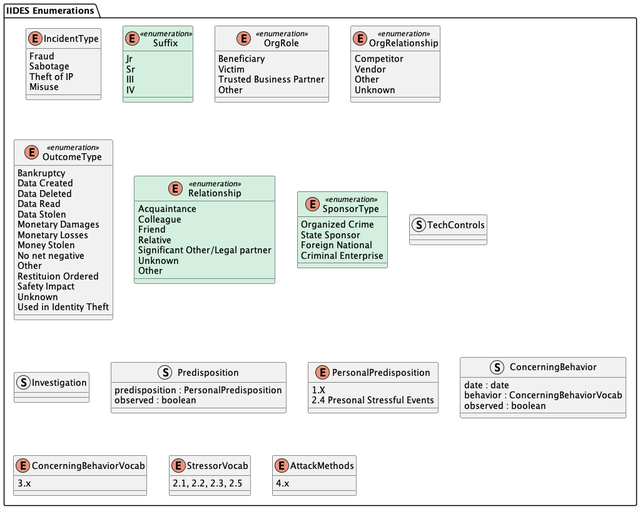
Earlier version of the PlantUML export UML/out/IIDES_Enumerations.png (cmu-sei/iides).
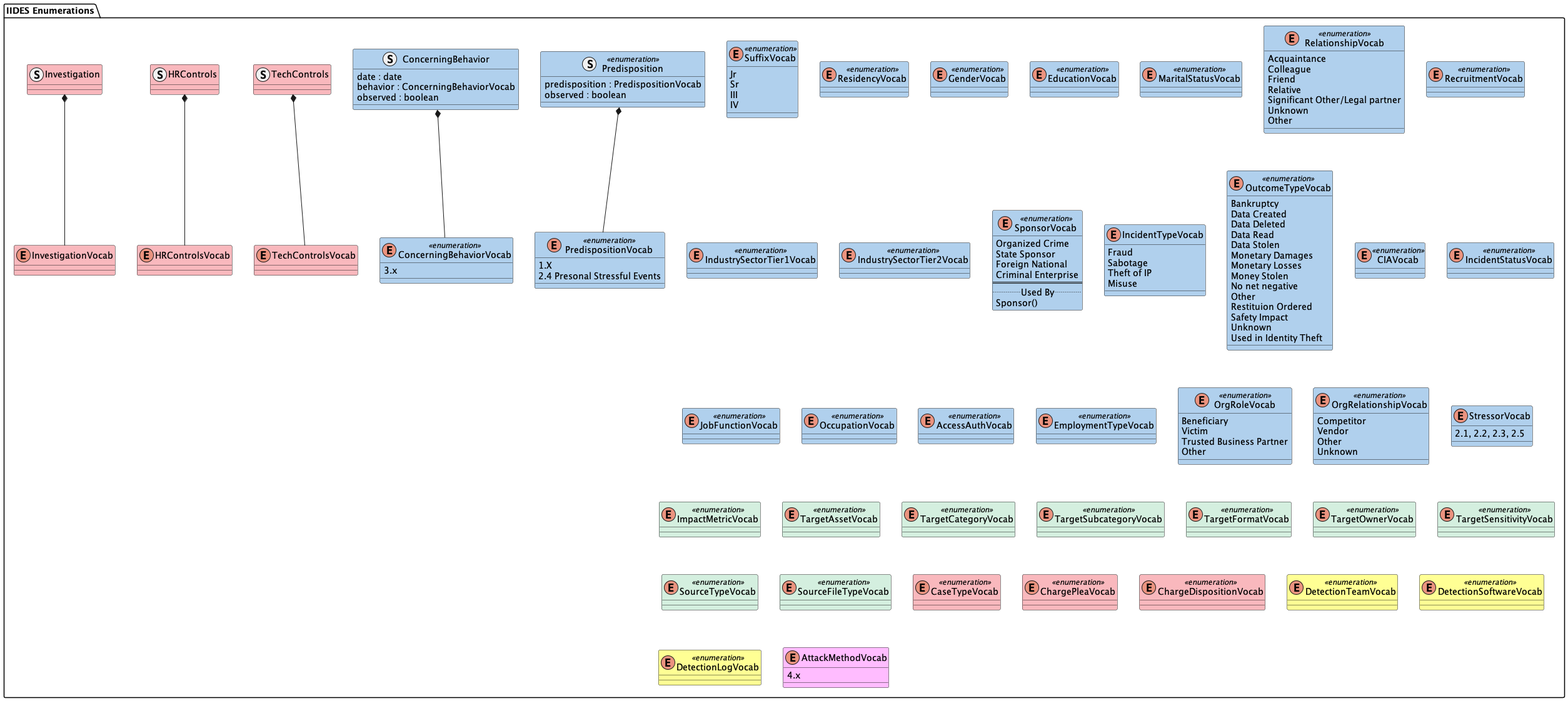
The same file after the commit.

What changed in the source:
```diff
@@ -1,31 +1,62 @@
 @startuml IIDES_Enumerations
 package "IIDES Enumerations" #FFF {
 
-    enum IncidentType {
+    enum SuffixVocab <<enumeration>> #b0d0ed {
+        Jr
+        Sr
+        III
+        IV
+    }
+    enum ResidencyVocab <<enumeration>> #b0d0ed {}
+    enum GenderVocab <<enumeration>> #b0d0ed {}
+    enum EducationVocab <<enumeration>> #b0d0ed {}
+    enum MaritalStatusVocab <<enumeration>> #b0d0ed {}
+    struct Predisposition <<enumeration>> #b0d0ed {
+        predisposition : PredispositionVocab
+        observed : boolean
+    }
+    enum PredispositionVocab <<enumeration>> #b0d0ed {
+        1.X
+        2.4 Presonal Stressful Events
+    }
+    Predisposition *-- PredispositionVocab
+    struct ConcerningBehavior #b0d0ed {
+        date : date
+        behavior : ConcerningBehaviorVocab
+        observed : boolean
+    }
+    enum ConcerningBehaviorVocab <<enumeration>> #b0d0ed {
+        3.x
+    }
+    ConcerningBehavior *-- ConcerningBehaviorVocab
+    enum RelationshipVocab <<enumeration>> #b0d0ed {
+        Acquaintance
+        Colleague
+        Friend
+        Relative
+        Significant Other/Legal partner
+        Unknown
+        Other
+    }
+    enum RecruitmentVocab <<enumeration>> #b0d0ed {}
+    enum IndustrySectorTier1Vocab <<enumeration>> #b0d0ed {}
+    enum IndustrySectorTier2Vocab <<enumeration>> #b0d0ed {}
+    enum SponsorVocab <<enumeration>> #b0d0ed {
+        Organized Crime
+        State Sponsor
+        Foreign National
+        Criminal Enterprise
+        ==
+        ..Used By..
+        Sponsor()
+    }
+    enum IncidentTypeVocab #b0d0ed {
         Fraud
         Sabotage
         Theft of IP
         Misuse
     }
-    enum Suffix <<enumeration>> #D4EFDF {
-        Jr
-        Sr
-        III
-        IV
-    }
-    enum OrgRole <<enumeration>> {
-        Beneficiary
-        Victim
-        Trusted Business Partner
-        Other
-    }
-    enum OrgRelationship <<enumeration>> {
-        Competitor
-        Vendor
-        Other
-        Unknown
-    }
-    enum OutcomeType <<enumeration>> {
+    enum OutcomeTypeVocab <<enumeration>> #b0d0ed {
         Bankruptcy
         Data Created
         Data Deleted
@@ -41,44 +72,57 @@
         Unknown
         Used in Identity Theft
     }
-    enum Relationship <<enumeration>> #D4EFDF {
-        Acquaintance
-        Colleague
-        Friend
-        Relative
-        Significant Other/Legal partner
-        Unknown
+    enum CIAVocab <<enumeration>> #b0d0ed {}
+    enum IncidentStatusVocab <<enumeration>> #b0d0ed {}
+    enum JobFunctionVocab <<enumeration>> #b0d0ed {}
+    enum OccupationVocab <<enumeration>> #b0d0ed {}
+    enum AccessAuthVocab <<enumeration>> #b0d0ed {}
+    enum EmploymentTypeVocab <<enumeration>> #b0d0ed {}
+    enum OrgRoleVocab <<enumeration>> #b0d0ed {
+        Beneficiary
+        Victim
+        Trusted Business Partner
         Other
     }
-    enum SponsorType <<enumeration>> #D4EFDF {
-        Organized Crime
-        State Sponsor
-        Foreign National
-        Criminal Enterprise
+    enum OrgRelationshipVocab <<enumeration>> #b0d0ed {
+        Competitor
+        Vendor
+        Other
+        Unknown
+    }
+    enum StressorVocab #b0d0ed {
+        2.1, 2.2, 2.3, 2.5
     }
 
-    struct TechControls {}
-    struct Investigation {}
-    struct Predisposition {
-        predisposition : PersonalPredisposition
-        observed : boolean
-    }
-    enum PersonalPredisposition {
-        1.X
-        2.4 Presonal Stressful Events
-    }
-    struct ConcerningBehavior {
-        date : date
-        behavior : ConcerningBehaviorVocab
-        observed : boolean
-    }
-    enum ConcerningBehaviorVocab {
-        3.x
-    }
-    enum StressorVocab {
-        2.1, 2.2, 2.3, 2.5
-    }
-    enum AttackMethods {
+    enum ImpactMetricVocab <<enumeration>> #D4EFDF {}
+    enum TargetAssetVocab <<enumeration>> #D4EFDF {}
+    enum TargetCategoryVocab <<enumeration>> #D4EFDF {}
+    enum TargetSubcategoryVocab <<enumeration>> #D4EFDF {}
+    enum TargetFormatVocab <<enumeration>> #D4EFDF {}
+    enum TargetOwnerVocab <<enumeration>> #D4EFDF {}
+    enum TargetSensitivityVocab <<enumeration>> #D4EFDF {}
+    enum SourceTypeVocab <<enumeration>> #D4EFDF {}
+    enum SourceFileTypeVocab <<enumeration>> #D4EFDF {}
+
+    enum CaseTypeVocab <<enumeration>> #f9b8bd {}
+    enum ChargePleaVocab <<enumeration>> #f9b8bd {}
+    enum ChargeDispositionVocab <<enumeration>> #f9b8bd {}
+
+    enum DetectionTeamVocab <<enumeration>> #FFFF94 {}
+    enum DetectionSoftwareVocab <<enumeration>> #FFFF94 {}
+    enum DetectionLogVocab <<enumeration>> #FFFF94 {}
+
+    struct TechControls #f9b8bd {}
+    enum TechControlsVocab #f9b8bd {}
+    TechControls *-- TechControlsVocab
+    struct HRControls #f9b8bd {}
+    enum HRControlsVocab #f9b8bd {}
+    HRControls *-- HRControlsVocab
+    struct Investigation #f9b8bd {}
+    enum InvestigationVocab #f9b8bd {}
+    Investigation *-- InvestigationVocab
+
+    enum AttackMethodVocab #FFBCFF {
         4.x
     }
 }
```
